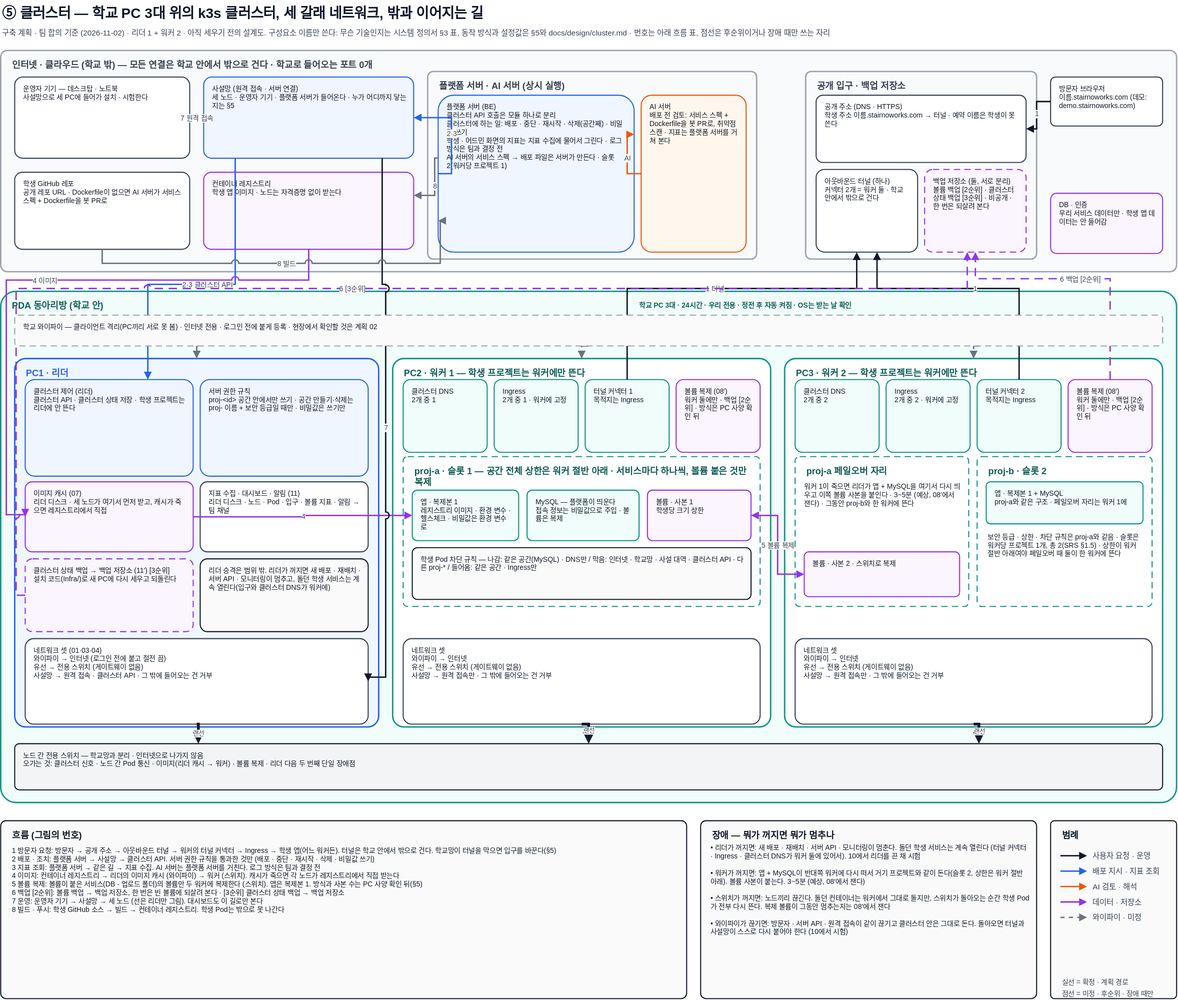
woowangthon/WOOWANGTHON_TEAM_18 keeps this draw.io diagram as docs/architecture/cluster.drawio.svg. Above is the earlier version. Source tidied: cells renumbered, new cells last; positions are measured from the earlier drawing's top-left corner, leaving out a move shared by most shapes.
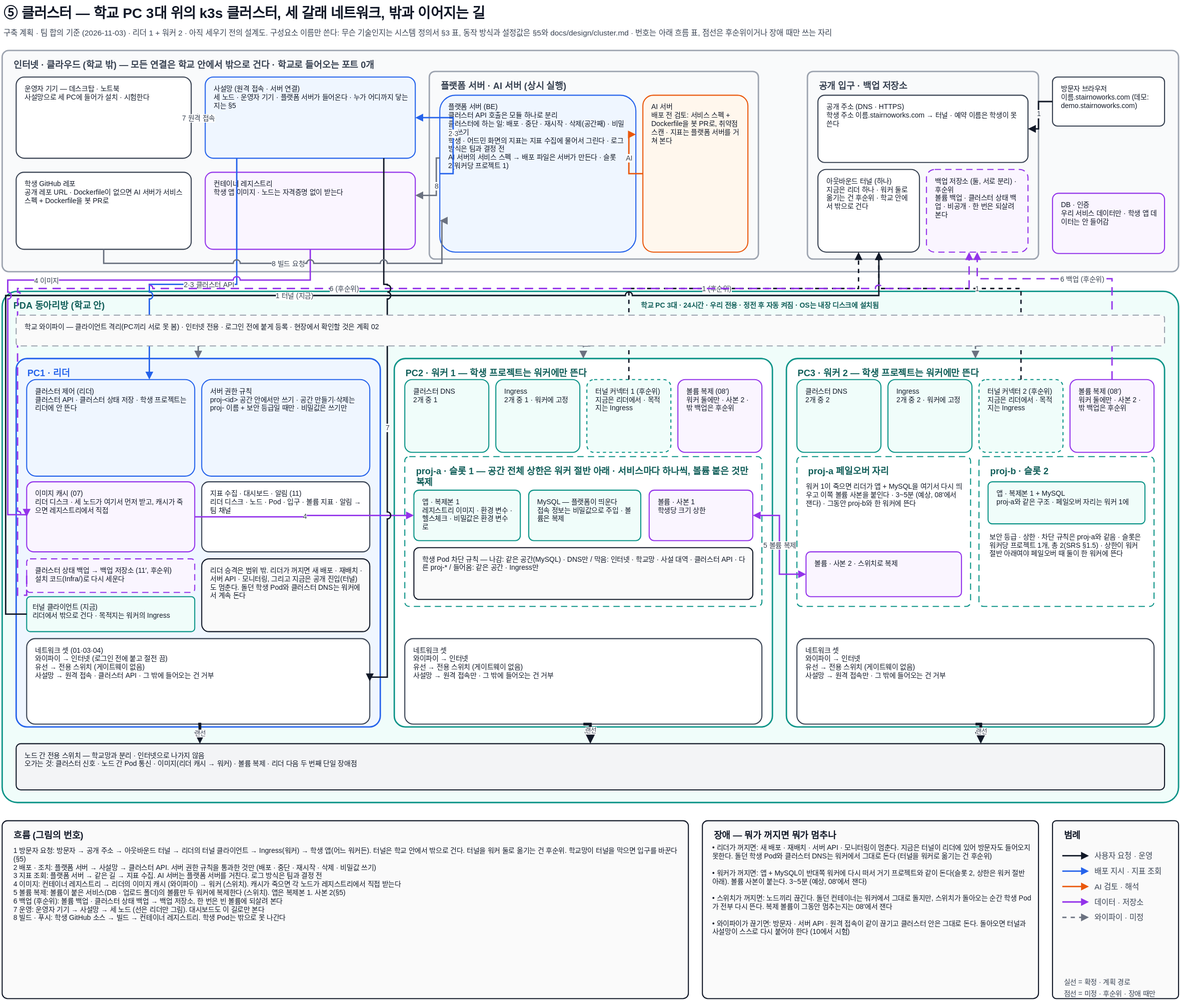
After the change.

Change to the diagram source:
```diff
@@ -7,3 +7,3 @@
     </mxCell>
-    <mxCell id="3" value="구축 계획 · 팀 합의 기준 (2026-11-02) · 리더 1 + 워커 2 · 아직 세우기 전의 설계도. 구성요소 이름만 쓴다: 무슨 기술인지는 시스템 정의서 §3 표, 동작 방식과 설정값은 §5와 docs/design/cluster.md · 번호는 아래 흐름 표, 점선은 후순위이거나 장애 때만 쓰는 자리" style="text;html=1;align=left;verticalAlign=top;whiteSpace=wrap;fontSize=11;fontColor=#374151;fontFamily=Pretendard,Malgun Gothic,Apple SD Gothic Neo,sans-serif;" parent="1" vertex="1">
+    <mxCell id="3" value="구축 계획 · 팀 합의 기준 (2026-11-03) · 리더 1 + 워커 2 · 아직 세우기 전의 설계도. 구성요소 이름만 쓴다: 무슨 기술인지는 시스템 정의서 §3 표, 동작 방식과 설정값은 §5와 docs/design/cluster.md · 번호는 아래 흐름 표, 점선은 후순위이거나 장애 때만 쓰는 자리" style="text;html=1;align=left;verticalAlign=top;whiteSpace=wrap;fontSize=11;fontColor=#374151;fontFamily=Pretendard,Malgun Gothic,Apple SD Gothic Neo,sans-serif;" parent="1" vertex="1">
       <mxGeometry y="34" width="1400" height="22" as="geometry" />
@@ -16,3 +16,3 @@
     </mxCell>
-    <mxCell id="6" value="학교 PC 3대 · 24시간 · 우리 전용 · 정전 후 자동 켜짐 · OS는 받는 날 확인" style="text;html=1;align=left;verticalAlign=top;whiteSpace=wrap;fontSize=10;fontColor=#115E59;fontStyle=1;fontFamily=Pretendard,Malgun Gothic,Apple SD Gothic Neo,sans-serif;" parent="1" vertex="1">
+    <mxCell id="6" value="학교 PC 3대 · 24시간 · 우리 전용 · 정전 후 자동 켜짐 · OS는 내장 디스크에 설치됨" style="text;html=1;align=left;verticalAlign=top;whiteSpace=wrap;fontSize=10;fontColor=#115E59;fontStyle=1;fontFamily=Pretendard,Malgun Gothic,Apple SD Gothic Neo,sans-serif;" parent="1" vertex="1">
       <mxGeometry x="910" y="423" width="540" height="18" as="geometry" />
@@ -67,6 +67,6 @@
     </mxCell>
-    <mxCell id="23" value="아웃바운드 터널 (하나)&lt;br&gt;커넥터 2개 = 워커 둘 · 학교 안에서 밖으로 건다" style="rounded=1;arcSize=10;whiteSpace=wrap;html=1;fillColor=#FFFFFF;strokeColor=#374151;strokeWidth=1.5;fontSize=10;fontColor=#111827;align=left;verticalAlign=top;spacing=6;spacingLeft=6;spacingRight=6;fontFamily=Pretendard,Malgun Gothic,Apple SD Gothic Neo,sans-serif;" parent="1" vertex="1">
+    <mxCell id="23" value="아웃바운드 터널 (하나)&lt;br&gt;지금은 리더 하나 · 워커 둘로 옮기는 건 후순위 · 학교 안에서 밖으로 건다" style="rounded=1;arcSize=10;whiteSpace=wrap;html=1;fillColor=#FFFFFF;strokeColor=#374151;strokeWidth=1.5;fontSize=10;fontColor=#111827;align=left;verticalAlign=top;spacing=6;spacingLeft=6;spacingRight=6;fontFamily=Pretendard,Malgun Gothic,Apple SD Gothic Neo,sans-serif;" parent="1" vertex="1">
       <mxGeometry x="1165" y="242" width="145" height="118" as="geometry" />
     </mxCell>
-    <mxCell id="24" value="백업 저장소 (둘, 서로 분리)&lt;br&gt;볼륨 백업 [2순위] · 클러스터 상태 백업 [3순위] · 비공개 · 한 번은 되살려 본다" style="rounded=1;arcSize=10;whiteSpace=wrap;html=1;fillColor=#FAF5FF;strokeColor=#9333EA;strokeWidth=1.5;fontSize=10;fontColor=#111827;align=left;verticalAlign=top;spacing=6;spacingLeft=6;spacingRight=6;dashed=1;dashPattern=6 4;fontFamily=Pretendard,Malgun Gothic,Apple SD Gothic Neo,sans-serif;" parent="1" vertex="1">
+    <mxCell id="24" value="백업 저장소 (둘, 서로 분리) · 후순위&lt;br&gt;볼륨 백업 · 클러스터 상태 백업 · 비공개 · 한 번은 되살려 본다" style="rounded=1;arcSize=10;whiteSpace=wrap;html=1;fillColor=#FAF5FF;strokeColor=#9333EA;strokeWidth=1.5;fontSize=10;fontColor=#111827;align=left;verticalAlign=top;spacing=6;spacingLeft=6;spacingRight=6;dashed=1;dashPattern=6 4;fontFamily=Pretendard,Malgun Gothic,Apple SD Gothic Neo,sans-serif;" parent="1" vertex="1">
       <mxGeometry x="1320" y="242" width="145" height="118" as="geometry" />
@@ -91,6 +91,9 @@
     </mxCell>
-    <mxCell id="31" value="클러스터 상태 백업 → 백업 저장소 (11′) [3순위]&lt;br&gt;설치 코드(Infra/)로 새 PC에 다시 세우고 되돌린다" style="rounded=1;arcSize=10;whiteSpace=wrap;html=1;fillColor=#FAF5FF;strokeColor=#9333EA;strokeWidth=1.5;fontSize=10;fontColor=#111827;align=left;verticalAlign=top;spacing=6;spacingLeft=6;spacingRight=6;dashed=1;dashPattern=6 4;fontFamily=Pretendard,Malgun Gothic,Apple SD Gothic Neo,sans-serif;" parent="1" vertex="1">
-      <mxGeometry x="35" y="798" width="240" height="104" as="geometry" />
+    <mxCell id="31" value="클러스터 상태 백업 → 백업 저장소 (11′, 후순위)&lt;br&gt;설치 코드(Infra/)로 다시 세운다" style="rounded=1;arcSize=10;whiteSpace=wrap;html=1;fillColor=#FAF5FF;strokeColor=#9333EA;strokeWidth=1.5;fontSize=10;fontColor=#111827;align=left;verticalAlign=top;spacing=6;spacingLeft=6;spacingRight=6;dashed=1;dashPattern=6 4;fontFamily=Pretendard,Malgun Gothic,Apple SD Gothic Neo,sans-serif;" parent="1" vertex="1">
+      <mxGeometry x="35" y="798" width="240" height="48" as="geometry" />
     </mxCell>
+    <mxCell id="91" value="터널 클라이언트 (지금)&lt;br&gt;리더에서 밖으로 건다 · 목적지는 워커의 Ingress" style="rounded=1;arcSize=10;whiteSpace=wrap;html=1;fillColor=#F0FDFA;strokeColor=#0D9488;strokeWidth=1.5;fontSize=10;fontColor=#111827;align=left;verticalAlign=top;spacingLeft=6;spacingTop=2;" parent="1" vertex="1">
+      <mxGeometry x="35" y="852" width="240" height="50" as="geometry" />
+    </mxCell>
-    <mxCell id="32" value="리더 승격은 범위 밖. 리더가 꺼지면 새 배포 · 재배치 · 서버 API · 모니터링이 멈추고, 돌던 학생 서비스는 계속 열린다(입구와 클러스터 DNS가 워커에)" style="rounded=1;arcSize=10;whiteSpace=wrap;html=1;fillColor=#FAFAFA;strokeColor=#111827;strokeWidth=1.5;fontSize=10;fontColor=#111827;align=left;verticalAlign=top;spacing=6;spacingLeft=6;spacingRight=6;fontFamily=Pretendard,Malgun Gothic,Apple SD Gothic Neo,sans-serif;" parent="1" vertex="1">
+    <mxCell id="32" value="리더 승격은 범위 밖. 리더가 꺼지면 새 배포 · 재배치 · 서버 API · 모니터링, 그리고 지금은 공개 진입(터널)도 멈춘다. 돌던 학생 Pod와 클러스터 DNS는 워커에서 계속 돈다" style="rounded=1;arcSize=10;whiteSpace=wrap;html=1;fillColor=#FAFAFA;strokeColor=#111827;strokeWidth=1.5;fontSize=10;fontColor=#111827;align=left;verticalAlign=top;spacing=6;spacingLeft=6;spacingRight=6;fontFamily=Pretendard,Malgun Gothic,Apple SD Gothic Neo,sans-serif;" parent="1" vertex="1">
       <mxGeometry x="285" y="798" width="240" height="104" as="geometry" />
@@ -103,6 +106,6 @@
     </mxCell>
-    <mxCell id="35" value="터널 커넥터 1&lt;br&gt;목적지는 Ingress" style="rounded=1;arcSize=10;whiteSpace=wrap;html=1;fillColor=#F0FDFA;strokeColor=#0D9488;strokeWidth=1.5;fontSize=10;fontColor=#111827;align=left;verticalAlign=top;spacing=6;spacingLeft=6;spacingRight=6;fontFamily=Pretendard,Malgun Gothic,Apple SD Gothic Neo,sans-serif;" parent="1" vertex="1">
+    <mxCell id="35" value="터널 커넥터 1 (후순위)&lt;br&gt;지금은 리더에서 · 목적지는 Ingress" style="rounded=1;arcSize=10;whiteSpace=wrap;html=1;fillColor=#F0FDFA;strokeColor=#0D9488;strokeWidth=1.5;fontSize=10;fontColor=#111827;align=left;verticalAlign=top;spacing=6;spacingLeft=6;spacingRight=6;fontFamily=Pretendard,Malgun Gothic,Apple SD Gothic Neo,sans-serif;dashed=1;" parent="1" vertex="1">
       <mxGeometry x="835" y="542" width="120" height="104" as="geometry" />
     </mxCell>
-    <mxCell id="36" value="볼륨 복제 (08′)&lt;br&gt;워커 둘에만 · 백업 [2순위] · 방식은 PC 사양 확인 뒤" style="rounded=1;arcSize=10;whiteSpace=wrap;html=1;fillColor=#FAF5FF;strokeColor=#9333EA;strokeWidth=1.5;fontSize=10;fontColor=#111827;align=left;verticalAlign=top;spacing=6;spacingLeft=6;spacingRight=6;fontFamily=Pretendard,Malgun Gothic,Apple SD Gothic Neo,sans-serif;" parent="1" vertex="1">
+    <mxCell id="36" value="볼륨 복제 (08′)&lt;br&gt;워커 둘에만 · 사본 2 · 밖 백업은 후순위" style="rounded=1;arcSize=10;whiteSpace=wrap;html=1;fillColor=#FAF5FF;strokeColor=#9333EA;strokeWidth=1.5;fontSize=10;fontColor=#111827;align=left;verticalAlign=top;spacing=6;spacingLeft=6;spacingRight=6;fontFamily=Pretendard,Malgun Gothic,Apple SD Gothic Neo,sans-serif;" parent="1" vertex="1">
       <mxGeometry x="965" y="542" width="120" height="104" as="geometry" />
@@ -115,6 +118,6 @@
     </mxCell>
-    <mxCell id="39" value="터널 커넥터 2&lt;br&gt;목적지는 Ingress" style="rounded=1;arcSize=10;whiteSpace=wrap;html=1;fillColor=#F0FDFA;strokeColor=#0D9488;strokeWidth=1.5;fontSize=10;fontColor=#111827;align=left;verticalAlign=top;spacing=6;spacingLeft=6;spacingRight=6;fontFamily=Pretendard,Malgun Gothic,Apple SD Gothic Neo,sans-serif;" parent="1" vertex="1">
+    <mxCell id="39" value="터널 커넥터 2 (후순위)&lt;br&gt;지금은 리더에서 · 목적지는 Ingress" style="rounded=1;arcSize=10;whiteSpace=wrap;html=1;fillColor=#F0FDFA;strokeColor=#0D9488;strokeWidth=1.5;fontSize=10;fontColor=#111827;align=left;verticalAlign=top;spacing=6;spacingLeft=6;spacingRight=6;fontFamily=Pretendard,Malgun Gothic,Apple SD Gothic Neo,sans-serif;dashed=1;" parent="1" vertex="1">
       <mxGeometry x="1395" y="542" width="120" height="104" as="geometry" />
     </mxCell>
-    <mxCell id="40" value="볼륨 복제 (08′)&lt;br&gt;워커 둘에만 · 백업 [2순위] · 방식은 PC 사양 확인 뒤" style="rounded=1;arcSize=10;whiteSpace=wrap;html=1;fillColor=#FAF5FF;strokeColor=#9333EA;strokeWidth=1.5;fontSize=10;fontColor=#111827;align=left;verticalAlign=top;spacing=6;spacingLeft=6;spacingRight=6;fontFamily=Pretendard,Malgun Gothic,Apple SD Gothic Neo,sans-serif;" parent="1" vertex="1">
+    <mxCell id="40" value="볼륨 복제 (08′)&lt;br&gt;워커 둘에만 · 사본 2 · 밖 백업은 후순위" style="rounded=1;arcSize=10;whiteSpace=wrap;html=1;fillColor=#FAF5FF;strokeColor=#9333EA;strokeWidth=1.5;fontSize=10;fontColor=#111827;align=left;verticalAlign=top;spacing=6;spacingLeft=6;spacingRight=6;fontFamily=Pretendard,Malgun Gothic,Apple SD Gothic Neo,sans-serif;" parent="1" vertex="1">
       <mxGeometry x="1525" y="542" width="120" height="104" as="geometry" />
@@ -184,3 +187,3 @@
     </mxCell>
-    <mxCell id="62" value="1 터널" style="edgeStyle=orthogonalEdgeStyle;rounded=0;jettySize=auto;html=1;jumpStyle=arc;jumpSize=8;endArrow=block;endFill=1;strokeWidth=2;fontSize=10;labelBackgroundColor=#FFFFFF;fontFamily=Pretendard,Malgun Gothic,Apple SD Gothic Neo,sans-serif;fontColor=#374151;strokeColor=#111827;exitX=0.5;exitY=0;exitDx=0;exitDy=0;entryX=0.4;entryY=1;entryDx=0;entryDy=0;" parent="1" edge="1" source="35" target="23">
+    <mxCell id="62" value="1 (후순위)" style="edgeStyle=orthogonalEdgeStyle;rounded=0;jettySize=auto;html=1;jumpStyle=arc;jumpSize=8;endArrow=block;endFill=1;strokeWidth=2;fontSize=10;labelBackgroundColor=#FFFFFF;fontFamily=Pretendard,Malgun Gothic,Apple SD Gothic Neo,sans-serif;fontColor=#374151;strokeColor=#111827;exitX=0.5;exitY=0;exitDx=0;exitDy=0;entryX=0.4;entryY=1;entryDx=0;entryDy=0;dashed=1;" parent="1" edge="1" source="35" target="23">
       <mxGeometry relative="1" as="geometry">
@@ -192,3 +195,12 @@
     </mxCell>
+    <mxCell id="92" value="1 터널 (지금)" style="edgeStyle=orthogonalEdgeStyle;rounded=0;jettySize=auto;html=1;jumpStyle=arc;jumpSize=8;endArrow=block;endFill=1;strokeWidth=2;fontSize=10;labelBackgroundColor=#FFFFFF;fontFamily=Pretendard,Malgun Gothic,Apple SD Gothic Neo,sans-serif;fontColor=#374151;strokeColor=#111827;exitX=0;exitY=0.5;exitDx=0;exitDy=0;entryX=0.6;entryY=1;entryDx=0;entryDy=0;" parent="1" edge="1" source="91" target="23">
+      <mxGeometry relative="1" as="geometry">
+        <Array as="points">
+          <mxPoint x="5" y="877" />
+          <mxPoint x="5" y="422" />
+          <mxPoint x="1252" y="422" />
+        </Array>
+      </mxGeometry>
+    </mxCell>
-    <mxCell id="63" value="1" style="edgeStyle=orthogonalEdgeStyle;rounded=0;jettySize=auto;html=1;jumpStyle=arc;jumpSize=8;endArrow=block;endFill=1;strokeWidth=2;fontSize=10;labelBackgroundColor=#FFFFFF;fontFamily=Pretendard,Malgun Gothic,Apple SD Gothic Neo,sans-serif;fontColor=#374151;strokeColor=#111827;exitX=0.5;exitY=0;exitDx=0;exitDy=0;entryX=0.6;entryY=1;entryDx=0;entryDy=0;" parent="1" edge="1" source="39" target="23">
+    <mxCell id="63" value="1" style="edgeStyle=orthogonalEdgeStyle;rounded=0;jettySize=auto;html=1;jumpStyle=arc;jumpSize=8;endArrow=block;endFill=1;strokeWidth=2;fontSize=10;labelBackgroundColor=#FFFFFF;fontFamily=Pretendard,Malgun Gothic,Apple SD Gothic Neo,sans-serif;fontColor=#374151;strokeColor=#111827;exitX=0.5;exitY=0;exitDx=0;exitDy=0;entryX=0.6;entryY=1;entryDx=0;entryDy=0;dashed=1;" parent="1" edge="1" source="39" target="23">
       <mxGeometry relative="1" as="geometry">
@@ -236,3 +248,3 @@
     </mxCell>
-    <mxCell id="69" value="6 백업 [2순위]" style="edgeStyle=orthogonalEdgeStyle;rounded=0;jettySize=auto;html=1;jumpStyle=arc;jumpSize=8;endArrow=block;endFill=1;strokeWidth=2;fontSize=10;labelBackgroundColor=#FFFFFF;fontFamily=Pretendard,Malgun Gothic,Apple SD Gothic Neo,sans-serif;fontColor=#374151;strokeColor=#9333EA;dashed=1;dashPattern=6 4;exitX=0.5;exitY=0;exitDx=0;exitDy=0;entryX=0.5;entryY=1;entryDx=0;entryDy=0;" parent="1" edge="1" source="40" target="24">
+    <mxCell id="69" value="6 백업 (후순위)" style="edgeStyle=orthogonalEdgeStyle;rounded=0;jettySize=auto;html=1;jumpStyle=arc;jumpSize=8;endArrow=block;endFill=1;strokeWidth=2;fontSize=10;labelBackgroundColor=#FFFFFF;fontFamily=Pretendard,Malgun Gothic,Apple SD Gothic Neo,sans-serif;fontColor=#374151;strokeColor=#9333EA;dashed=1;dashPattern=6 4;exitX=0.5;exitY=0;exitDx=0;exitDy=0;entryX=0.5;entryY=1;entryDx=0;entryDy=0;" parent="1" edge="1" source="40" target="24">
       <mxGeometry relative="1" as="geometry">
@@ -244,3 +256,3 @@
     </mxCell>
-    <mxCell id="70" value="6 [3순위]" style="edgeStyle=orthogonalEdgeStyle;rounded=0;jettySize=auto;html=1;jumpStyle=arc;jumpSize=8;endArrow=block;endFill=1;strokeWidth=2;fontSize=10;labelBackgroundColor=#FFFFFF;fontFamily=Pretendard,Malgun Gothic,Apple SD Gothic Neo,sans-serif;fontColor=#374151;strokeColor=#9333EA;dashed=1;dashPattern=6 4;exitX=0;exitY=0.5;exitDx=0;exitDy=0;entryX=0.42;entryY=1;entryDx=0;entryDy=0;" parent="1" edge="1" source="31" target="24">
+    <mxCell id="70" value="6 (후순위)" style="edgeStyle=orthogonalEdgeStyle;rounded=0;jettySize=auto;html=1;jumpStyle=arc;jumpSize=8;endArrow=block;endFill=1;strokeWidth=2;fontSize=10;labelBackgroundColor=#FFFFFF;fontFamily=Pretendard,Malgun Gothic,Apple SD Gothic Neo,sans-serif;fontColor=#374151;strokeColor=#9333EA;dashed=1;dashPattern=6 4;exitX=0;exitY=0.5;exitDx=0;exitDy=0;entryX=0.42;entryY=1;entryDx=0;entryDy=0;" parent="1" edge="1" source="31" target="24">
       <mxGeometry relative="1" as="geometry">
@@ -265,3 +277,3 @@
     </mxCell>
-    <mxCell id="73" value="8 빌드" style="edgeStyle=orthogonalEdgeStyle;rounded=0;jettySize=auto;html=1;jumpStyle=arc;jumpSize=8;endArrow=block;endFill=1;strokeWidth=2;fontSize=10;labelBackgroundColor=#FFFFFF;fontFamily=Pretendard,Malgun Gothic,Apple SD Gothic Neo,sans-serif;fontColor=#374151;strokeColor=#6B7280;exitX=0.5;exitY=1;exitDx=0;exitDy=0;entryX=0;entryY=0.8;entryDx=0;entryDy=0;" parent="1" edge="1" source="16" target="19">
+    <mxCell id="73" value="8 빌드 요청" style="edgeStyle=orthogonalEdgeStyle;rounded=0;jettySize=auto;html=1;jumpStyle=arc;jumpSize=8;endArrow=block;endFill=1;strokeWidth=2;fontSize=10;labelBackgroundColor=#FFFFFF;fontFamily=Pretendard,Malgun Gothic,Apple SD Gothic Neo,sans-serif;fontColor=#374151;strokeColor=#6B7280;exitX=0.5;exitY=1;exitDx=0;exitDy=0;entryX=0;entryY=0.8;entryDx=0;entryDy=0;" parent="1" edge="1" source="16" target="19">
       <mxGeometry relative="1" as="geometry">
@@ -285,6 +297,6 @@
     </mxCell>
-    <mxCell id="76" value="1  방문자 요청: 방문자 → 공개 주소 → 아웃바운드 터널 → 워커의 터널 커넥터 → Ingress → 학생 앱(어느 워커든). 터널은 학교 안에서 밖으로 건다. 학교망이 터널을 막으면 입구를 바꾼다(§5)&lt;br&gt;2  배포 · 조치: 플랫폼 서버 → 사설망 → 클러스터 API. 서버 권한 규칙을 통과한 것만 (배포 · 중단 · 재시작 · 삭제 · 비밀값 쓰기)&lt;br&gt;3  지표 조회: 플랫폼 서버 → 같은 길 → 지표 수집. AI 서버는 플랫폼 서버를 거친다. 로그 방식은 팀과 결정 전&lt;br&gt;4  이미지: 컨테이너 레지스트리 → 리더의 이미지 캐시 (와이파이) → 워커 (스위치). 캐시가 죽으면 각 노드가 레지스트리에서 직접 받는다&lt;br&gt;5  볼륨 복제: 볼륨이 붙은 서비스(DB · 업로드 폴더)의 볼륨만 두 워커에 복제한다 (스위치). 앱은 복제본 1. 방식과 사본 수는 PC 사양 확인 뒤(§5)&lt;br&gt;6  백업 [2순위]: 볼륨 백업 → 백업 저장소, 한 번은 빈 볼륨에 되살려 본다 · [3순위] 클러스터 상태 백업 → 백업 저장소&lt;br&gt;7  운영: 운영자 기기 → 사설망 → 세 노드 (선은 리더만 그림). 대시보드도 이 길로만 본다&lt;br&gt;8  빌드 · 푸시: 학생 GitHub 소스 → 빌드 → 컨테이너 레지스트리. 학생 Pod는 밖으로 못 나간다" style="text;html=1;align=left;verticalAlign=top;whiteSpace=wrap;fontSize=10;fontColor=#111827;fontFamily=Pretendard,Malgun Gothic,Apple SD Gothic Neo,sans-serif;" parent="1" vertex="1">
+    <mxCell id="76" value="1  방문자 요청: 방문자 → 공개 주소 → 아웃바운드 터널 → 리더의 터널 클라이언트 → Ingress(워커) → 학생 앱(어느 워커든). 터널은 학교 안에서 밖으로 건다. 터널을 워커 둘로 옮기는 건 후순위. 학교망이 터널을 막으면 입구를 바꾼다(§5)&lt;br&gt;2  배포 · 조치: 플랫폼 서버 → 사설망 → 클러스터 API. 서버 권한 규칙을 통과한 것만 (배포 · 중단 · 재시작 · 삭제 · 비밀값 쓰기)&lt;br&gt;3  지표 조회: 플랫폼 서버 → 같은 길 → 지표 수집. AI 서버는 플랫폼 서버를 거친다. 로그 방식은 팀과 결정 전&lt;br&gt;4  이미지: 컨테이너 레지스트리 → 리더의 이미지 캐시 (와이파이) → 워커 (스위치). 캐시가 죽으면 각 노드가 레지스트리에서 직접 받는다&lt;br&gt;5  볼륨 복제: 볼륨이 붙은 서비스(DB · 업로드 폴더)의 볼륨만 두 워커에 복제한다 (스위치). 앱은 복제본 1. 사본 2(§5)&lt;br&gt;6  백업 (후순위): 볼륨 백업 · 클러스터 상태 백업 → 백업 저장소, 한 번은 빈 볼륨에 되살려 본다&lt;br&gt;7  운영: 운영자 기기 → 사설망 → 세 노드 (선은 리더만 그림). 대시보드도 이 길로만 본다&lt;br&gt;8  빌드 · 푸시: 학생 GitHub 소스 → 빌드 → 컨테이너 레지스트리. 학생 Pod는 밖으로 못 나간다" style="text;html=1;align=left;verticalAlign=top;whiteSpace=wrap;fontSize=10;fontColor=#111827;fontFamily=Pretendard,Malgun Gothic,Apple SD Gothic Neo,sans-serif;" parent="1" vertex="1">
       <mxGeometry x="14" y="1202" width="955" height="220" as="geometry" />
     </mxCell>
-    <mxCell id="77" value="• 리더가 꺼지면: 새 배포 · 재배치 · 서버 API · 모니터링이 멈춘다. 돌던 학생 서비스는 계속 열린다 (터널 커넥터 · Ingress · 클러스터 DNS가 워커 둘에 있어서). 10에서 리더를 끈 채 시험&lt;br&gt;&lt;br&gt;• 워커가 꺼지면: 앱 + MySQL이 반대쪽 워커에 다시 떠서 거기 프로젝트와 같이 돈다(슬롯 2, 상한은 워커 절반 아래). 볼륨 사본이 붙는다. 3~5분 (예상, 08′에서 잰다)&lt;br&gt;&lt;br&gt;• 스위치가 꺼지면: 노드끼리 끊긴다. 돌던 컨테이너는 워커에서 그대로 돌지만, 스위치가 돌아오는 순간 학생 Pod가 전부 다시 뜬다. 복제 볼륨이 그동안 멈추는지는 08′에서 잰다&lt;br&gt;&lt;br&gt;• 와이파이가 끊기면: 방문자 · 서버 API · 원격 접속이 같이 끊기고 클러스터 안은 그대로 돈다. 돌아오면 터널과 사설망이 스스로 다시 붙어야 한다 (10에서 시험)" style="text;html=1;align=left;verticalAlign=top;whiteSpace=wrap;fontSize=10;fontColor=#111827;fontFamily=Pretendard,Malgun Gothic,Apple SD Gothic Neo,sans-serif;" parent="1" vertex="1">
+    <mxCell id="77" value="• 리더가 꺼지면: 새 배포 · 재배치 · 서버 API · 모니터링이 멈춘다. 지금은 터널이 리더에 있어 방문자도 들어오지 못한다. 돌던 학생 Pod와 클러스터 DNS는 워커에서 그대로 돈다 (터널을 워커로 옮기는 건 후순위)&lt;br&gt;&lt;br&gt;• 워커가 꺼지면: 앱 + MySQL이 반대쪽 워커에 다시 떠서 거기 프로젝트와 같이 돈다(슬롯 2, 상한은 워커 절반 아래). 볼륨 사본이 붙는다. 3~5분 (예상, 08′에서 잰다)&lt;br&gt;&lt;br&gt;• 스위치가 꺼지면: 노드끼리 끊긴다. 돌던 컨테이너는 워커에서 그대로 돌지만, 스위치가 돌아오는 순간 학생 Pod가 전부 다시 뜬다. 복제 볼륨이 그동안 멈추는지는 08′에서 잰다&lt;br&gt;&lt;br&gt;• 와이파이가 끊기면: 방문자 · 서버 API · 원격 접속이 같이 끊기고 클러스터 안은 그대로 돈다. 돌아오면 터널과 사설망이 스스로 다시 붙어야 한다 (10에서 시험)" style="text;html=1;align=left;verticalAlign=top;whiteSpace=wrap;fontSize=10;fontColor=#111827;fontFamily=Pretendard,Malgun Gothic,Apple SD Gothic Neo,sans-serif;" parent="1" vertex="1">
       <mxGeometry x="1012" y="1198" width="458" height="226" as="geometry" />
```
